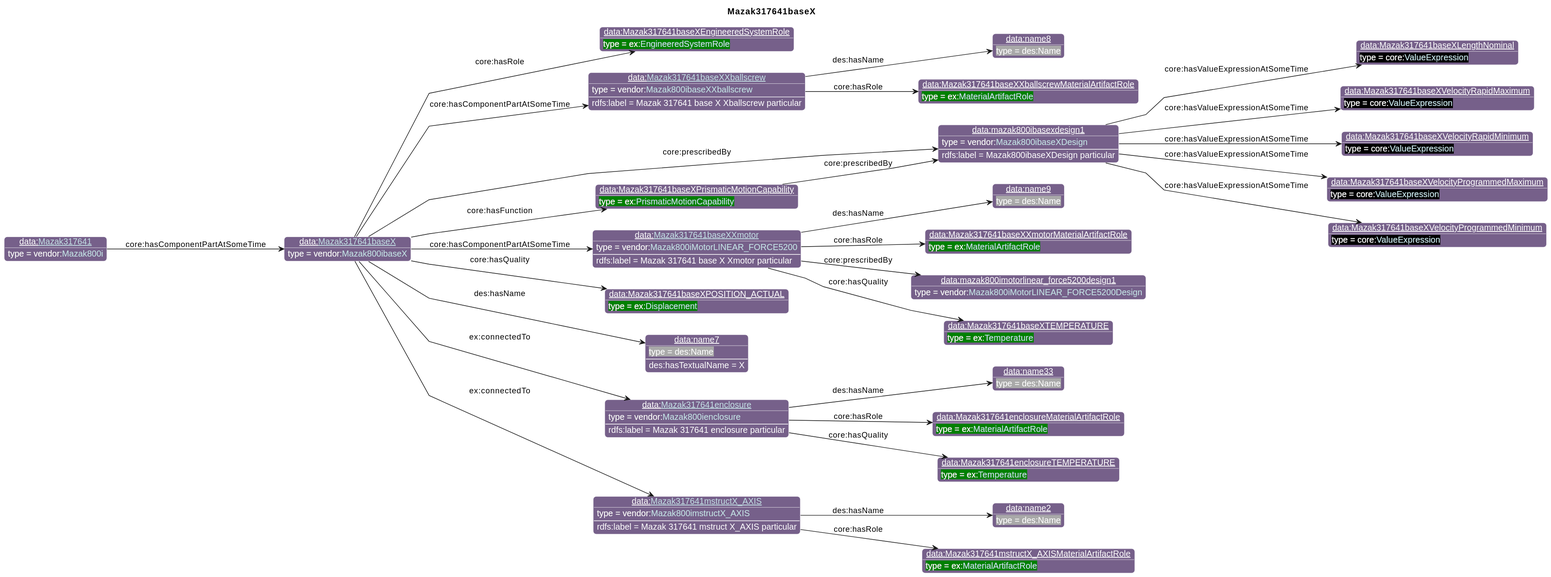
iofoundry/example-syseng-mtconnect keeps this PlantUML diagram as diagrams/Mazak317641baseX.svg. Above is the earlier version.
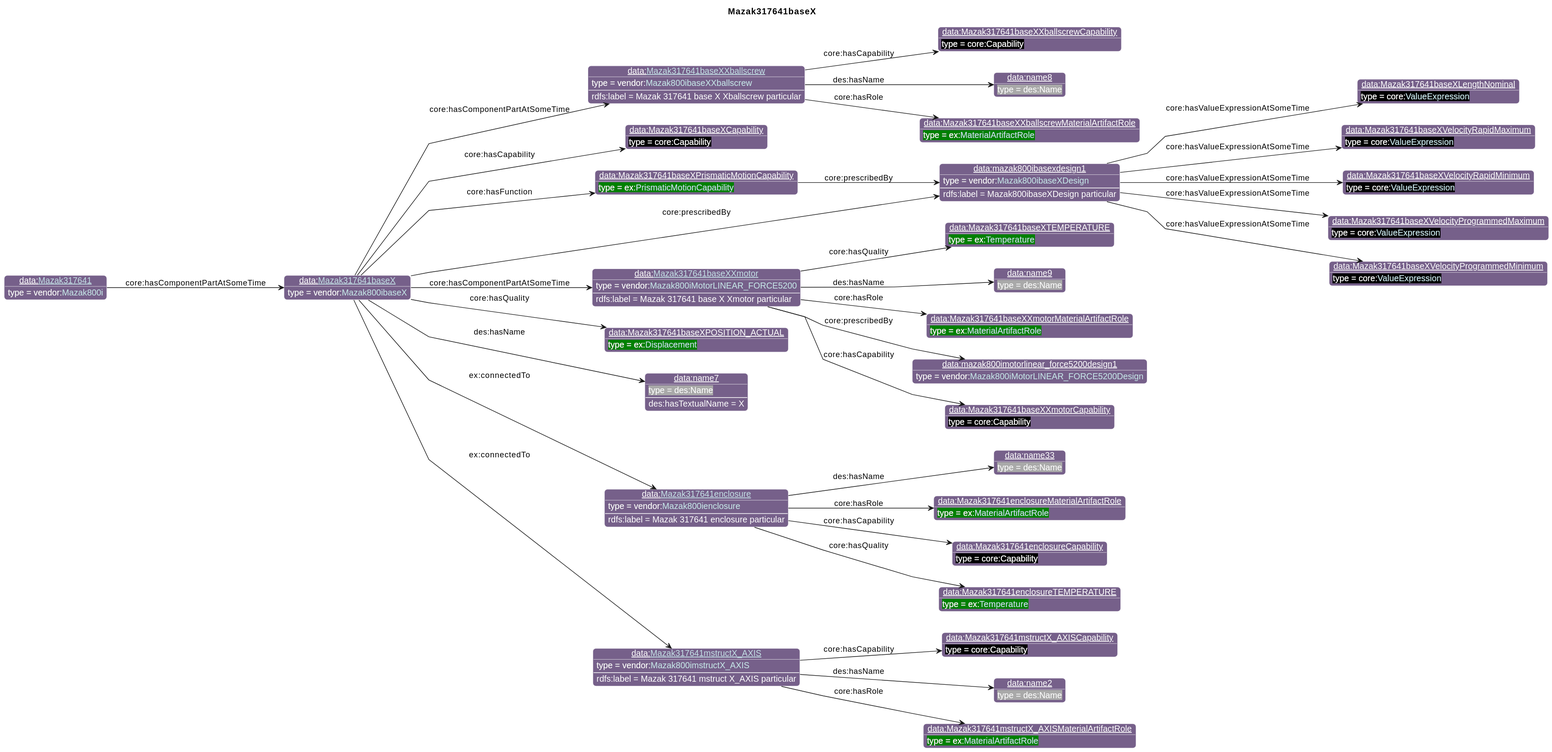
Above is the later version.

Diff of the diagram source:
```diff
@@ -26,63 +26,71 @@
                       "qp":"641B2E"
       }
 individual(o0, data:[[./Mazak317641baseX.html Mazak317641baseX]], vendor:[[../Mazak.html#Mazak800ibaseX Mazak800ibaseX]])
-individual(o1, data:Mazak317641baseXEngineeredSystemRole, ex:[[../Example.html#EngineeredSystemRole EngineeredSystemRole]])
-individual(o2, data:mazak800ibasexdesign1, vendor:[[../Mazak.html#Mazak800ibaseXDesign Mazak800ibaseXDesign]])
-individual(o3, data:Mazak317641baseXLengthNominal, core:[[https://spec.industrialontologies.org/ontology/core/Core/ValueExpression ValueExpression]])
-individual(o4, data:Mazak317641baseXVelocityRapidMaximum, core:[[https://spec.industrialontologies.org/ontology/core/Core/ValueExpression ValueExpression]])
-individual(o5, data:Mazak317641baseXVelocityRapidMinimum, core:[[https://spec.industrialontologies.org/ontology/core/Core/ValueExpression ValueExpression]])
-individual(o6, data:Mazak317641baseXVelocityProgrammedMaximum, core:[[https://spec.industrialontologies.org/ontology/core/Core/ValueExpression ValueExpression]])
-individual(o7, data:Mazak317641baseXVelocityProgrammedMinimum, core:[[https://spec.industrialontologies.org/ontology/core/Core/ValueExpression ValueExpression]])
+individual(o1, data:mazak800ibasexdesign1, vendor:[[../Mazak.html#Mazak800ibaseXDesign Mazak800ibaseXDesign]])
+individual(o2, data:Mazak317641baseXLengthNominal, core:[[https://spec.industrialontologies.org/ontology/core/Core/ValueExpression ValueExpression]])
+individual(o3, data:Mazak317641baseXVelocityRapidMaximum, core:[[https://spec.industrialontologies.org/ontology/core/Core/ValueExpression ValueExpression]])
+individual(o4, data:Mazak317641baseXVelocityRapidMinimum, core:[[https://spec.industrialontologies.org/ontology/core/Core/ValueExpression ValueExpression]])
+individual(o5, data:Mazak317641baseXVelocityProgrammedMaximum, core:[[https://spec.industrialontologies.org/ontology/core/Core/ValueExpression ValueExpression]])
+individual(o6, data:Mazak317641baseXVelocityProgrammedMinimum, core:[[https://spec.industrialontologies.org/ontology/core/Core/ValueExpression ValueExpression]])
+individual(o7, data:Mazak317641baseXCapability, core:Capability)
 individual(o8, data:[[./Mazak317641baseXXballscrew.html Mazak317641baseXXballscrew]], vendor:[[../Mazak.html#Mazak800ibaseXXballscrew Mazak800ibaseXXballscrew]])
 individual(o9, data:Mazak317641baseXXballscrewMaterialArtifactRole, ex:[[../Example.html#MaterialArtifactRole MaterialArtifactRole]])
-individual(o10, data:name8, des:Name)
-individual(o11, data:[[./Mazak317641baseXXmotor.html Mazak317641baseXXmotor]], vendor:[[../Mazak.html#Mazak800iMotorLINEAR_FORCE5200 Mazak800iMotorLINEAR_FORCE5200]])
-individual(o12, data:Mazak317641baseXXmotorMaterialArtifactRole, ex:[[../Example.html#MaterialArtifactRole MaterialArtifactRole]])
-individual(o13, data:mazak800imotorlinear_force5200design1, vendor:[[../Mazak.html#Mazak800iMotorLINEAR_FORCE5200Design Mazak800iMotorLINEAR_FORCE5200Design]])
-individual(o14, data:Mazak317641baseXTEMPERATURE, ex:[[../Example.html#Temperature Temperature]])
-individual(o15, data:name9, des:Name)
-individual(o16, data:Mazak317641baseXPrismaticMotionCapability, ex:[[../Example.html#PrismaticMotionCapability PrismaticMotionCapability]])
-individual(o17, data:Mazak317641baseXPOSITION_ACTUAL, ex:[[../Example.html#Displacement Displacement]])
-individual(o18, data:name7, des:Name)
-individual(o19, data:[[./Mazak317641enclosure.html Mazak317641enclosure]], vendor:[[../Mazak.html#Mazak800ienclosure Mazak800ienclosure]])
-individual(o20, data:Mazak317641enclosureMaterialArtifactRole, ex:[[../Example.html#MaterialArtifactRole MaterialArtifactRole]])
-individual(o21, data:Mazak317641enclosureTEMPERATURE, ex:[[../Example.html#Temperature Temperature]])
-individual(o22, data:name33, des:Name)
-individual(o23, data:[[./Mazak317641mstructX_AXIS.html Mazak317641mstructX_AXIS]], vendor:[[../Mazak.html#Mazak800imstructX_AXIS Mazak800imstructX_AXIS]])
-individual(o24, data:Mazak317641mstructX_AXISMaterialArtifactRole, ex:[[../Example.html#MaterialArtifactRole MaterialArtifactRole]])
-individual(o25, data:name2, des:Name)
-individual(o26, data:[[./Mazak317641.html Mazak317641]], vendor:[[../Mazak.html#Mazak800i Mazak800i]])
-property(o0, "core:hasRole", o1)
-property(o0, "core:prescribedBy", o2)
-data(o2, "rdfs:label", "Mazak800ibaseXDesign particular")
-property(o2, "core:hasValueExpressionAtSomeTime", o3)
-property(o2, "core:hasValueExpressionAtSomeTime", o4)
-property(o2, "core:hasValueExpressionAtSomeTime", o5)
-property(o2, "core:hasValueExpressionAtSomeTime", o6)
-property(o2, "core:hasValueExpressionAtSomeTime", o7)
+individual(o10, data:Mazak317641baseXXballscrewCapability, core:Capability)
+individual(o11, data:name8, des:Name)
+individual(o12, data:[[./Mazak317641baseXXmotor.html Mazak317641baseXXmotor]], vendor:[[../Mazak.html#Mazak800iMotorLINEAR_FORCE5200 Mazak800iMotorLINEAR_FORCE5200]])
+individual(o13, data:Mazak317641baseXXmotorMaterialArtifactRole, ex:[[../Example.html#MaterialArtifactRole MaterialArtifactRole]])
+individual(o14, data:mazak800imotorlinear_force5200design1, vendor:[[../Mazak.html#Mazak800iMotorLINEAR_FORCE5200Design Mazak800iMotorLINEAR_FORCE5200Design]])
+individual(o15, data:Mazak317641baseXXmotorCapability, core:Capability)
+individual(o16, data:Mazak317641baseXTEMPERATURE, ex:[[../Example.html#Temperature Temperature]])
+individual(o17, data:name9, des:Name)
+individual(o18, data:Mazak317641baseXPrismaticMotionCapability, ex:[[../Example.html#PrismaticMotionCapability PrismaticMotionCapability]])
+individual(o19, data:Mazak317641baseXPOSITION_ACTUAL, ex:[[../Example.html#Displacement Displacement]])
+individual(o20, data:name7, des:Name)
+individual(o21, data:[[./Mazak317641enclosure.html Mazak317641enclosure]], vendor:[[../Mazak.html#Mazak800ienclosure Mazak800ienclosure]])
+individual(o22, data:Mazak317641enclosureMaterialArtifactRole, ex:[[../Example.html#MaterialArtifactRole MaterialArtifactRole]])
+individual(o23, data:Mazak317641enclosureCapability, core:Capability)
+individual(o24, data:Mazak317641enclosureTEMPERATURE, ex:[[../Example.html#Temperature Temperature]])
+individual(o25, data:name33, des:Name)
+individual(o26, data:[[./Mazak317641mstructX_AXIS.html Mazak317641mstructX_AXIS]], vendor:[[../Mazak.html#Mazak800imstructX_AXIS Mazak800imstructX_AXIS]])
+individual(o27, data:Mazak317641mstructX_AXISMaterialArtifactRole, ex:[[../Example.html#MaterialArtifactRole MaterialArtifactRole]])
+individual(o28, data:Mazak317641mstructX_AXISCapability, core:Capability)
+individual(o29, data:name2, des:Name)
+individual(o30, data:[[./Mazak317641.html Mazak317641]], vendor:[[../Mazak.html#Mazak800i Mazak800i]])
+property(o0, "core:prescribedBy", o1)
+data(o1, "rdfs:label", "Mazak800ibaseXDesign particular")
+property(o1, "core:hasValueExpressionAtSomeTime", o2)
+property(o1, "core:hasValueExpressionAtSomeTime", o3)
+property(o1, "core:hasValueExpressionAtSomeTime", o4)
+property(o1, "core:hasValueExpressionAtSomeTime", o5)
+property(o1, "core:hasValueExpressionAtSomeTime", o6)
+property(o0, "core:hasCapability", o7)
 property(o0, "core:hasComponentPartAtSomeTime", o8)
 data(o8, "rdfs:label", "Mazak 317641 base X Xballscrew particular")
 property(o8, "core:hasRole", o9)
-property(o8, "des:hasName", o10)
-property(o0, "core:hasComponentPartAtSomeTime", o11)
-data(o11, "rdfs:label", "Mazak 317641 base X Xmotor particular")
-property(o11, "core:hasRole", o12)
-property(o11, "core:prescribedBy", o13)
-property(o11, "core:hasQuality", o14)
-property(o11, "des:hasName", o15)
-property(o0, "core:hasFunction", o16)
-property(o16, "core:prescribedBy", o2)
-property(o0, "core:hasQuality", o17)
-property(o0, "des:hasName", o18)
-data(o18, "des:hasTextualName", "X")
-property(o0, "ex:connectedTo", o19)
-data(o19, "rdfs:label", "Mazak 317641 enclosure particular")
-property(o19, "core:hasRole", o20)
-property(o19, "core:hasQuality", o21)
-property(o19, "des:hasName", o22)
-property(o0, "ex:connectedTo", o23)
-data(o23, "rdfs:label", "Mazak 317641 mstruct X_AXIS particular")
-property(o23, "core:hasRole", o24)
-property(o23, "des:hasName", o25)
-property(o26, "core:hasComponentPartAtSomeTime", o0)
+property(o8, "core:hasCapability", o10)
+property(o8, "des:hasName", o11)
+property(o0, "core:hasComponentPartAtSomeTime", o12)
+data(o12, "rdfs:label", "Mazak 317641 base X Xmotor particular")
+property(o12, "core:hasRole", o13)
+property(o12, "core:prescribedBy", o14)
+property(o12, "core:hasCapability", o15)
+property(o12, "core:hasQuality", o16)
+property(o12, "des:hasName", o17)
+property(o0, "core:hasFunction", o18)
+property(o18, "core:prescribedBy", o1)
+property(o0, "core:hasQuality", o19)
+property(o0, "des:hasName", o20)
+data(o20, "des:hasTextualName", "X")
+property(o0, "ex:connectedTo", o21)
+data(o21, "rdfs:label", "Mazak 317641 enclosure particular")
+property(o21, "core:hasRole", o22)
+property(o21, "core:hasCapability", o23)
+property(o21, "core:hasQuality", o24)
+property(o21, "des:hasName", o25)
+property(o0, "ex:connectedTo", o26)
+data(o26, "rdfs:label", "Mazak 317641 mstruct X_AXIS particular")
+property(o26, "core:hasRole", o27)
+property(o26, "core:hasCapability", o28)
+property(o26, "des:hasName", o29)
+property(o30, "core:hasComponentPartAtSomeTime", o0)
 @enduml
```
